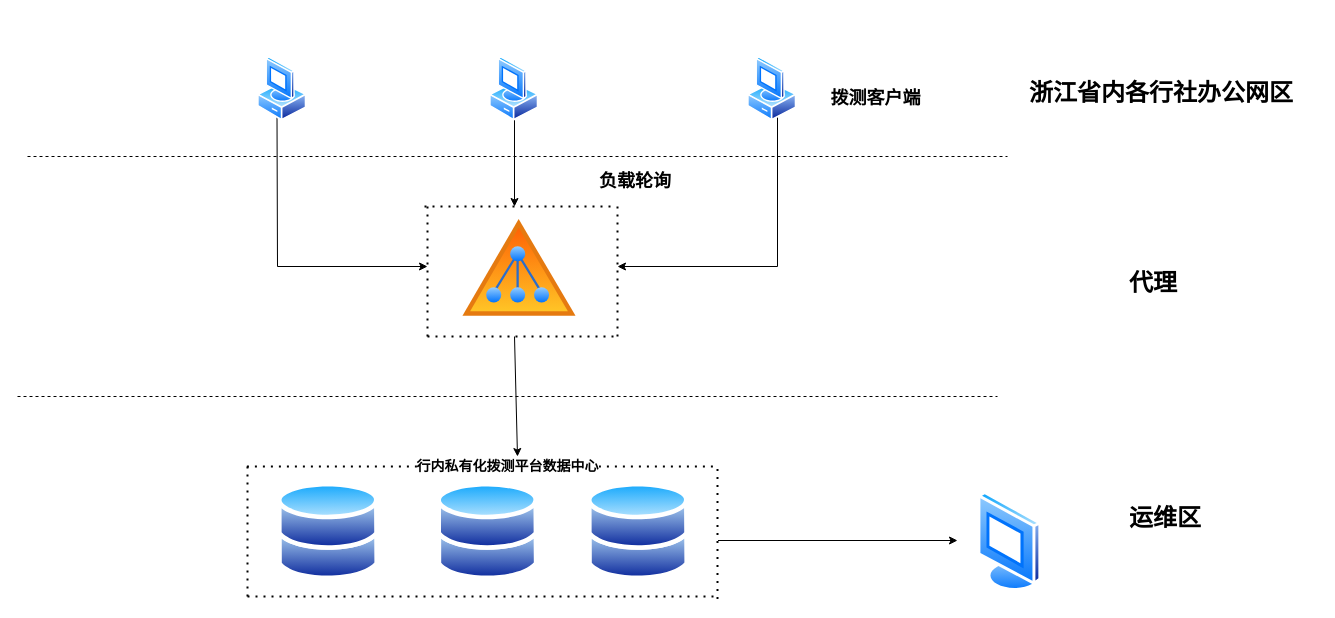
Before: 未命名绘图.drawio in zeng0550/free-programming-books, a draw.io diagram. Source tidied: cells renumbered, new cells numbered last; positions are measured from the earlier drawing's top-left corner, leaving out a move shared by most shapes. Both pictures are drawn from the tidied source at 100%, with x=0, y=0 at pixel (17, 56).
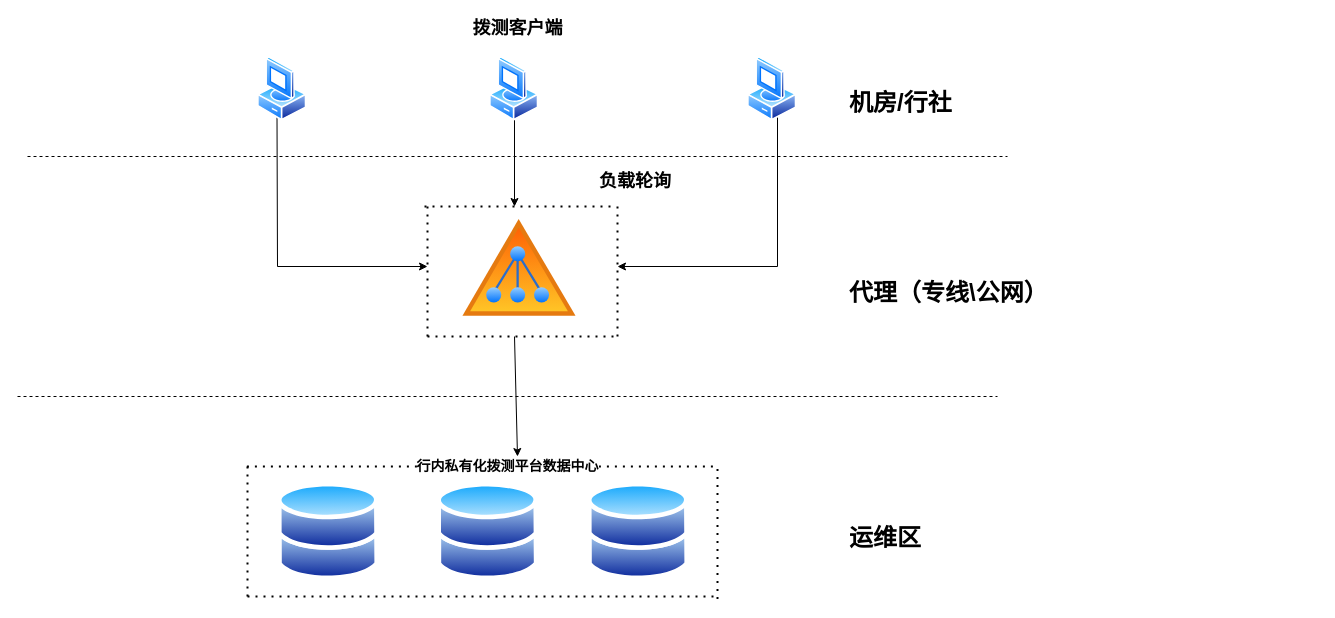
The same diagram, later.

Commit message:
浙江农信私有化拨测架构drawio

The edit, as a diff of the source:
```diff
@@
-    <mxCell id="8" value="&lt;h1&gt;代理&lt;/h1&gt;" style="text;whiteSpace=wrap;html=1;" parent="1" vertex="1">
-      <mxGeometry x="1110" y="190" width="90" height="60" as="geometry" />
+    <mxCell id="8" value="&lt;h1&gt;代理（专线\公网）&lt;/h1&gt;" style="text;whiteSpace=wrap;html=1;" parent="1" vertex="1">
+      <mxGeometry x="830" y="200" width="220" height="60" as="geometry" />
     </mxCell>
-    <mxCell id="9" value="&lt;h1&gt;浙江省内各行社办公网区&lt;/h1&gt;" style="text;whiteSpace=wrap;html=1;" parent="1" vertex="1">
-      <mxGeometry x="1010" width="290" height="40" as="geometry" />
+    <mxCell id="9" value="&lt;h1&gt;机房/行社&lt;/h1&gt;" style="text;whiteSpace=wrap;html=1;" parent="1" vertex="1">
+      <mxGeometry x="830" y="10" width="110" height="60" as="geometry" />
     </mxCell>
@@
     <mxCell id="11" value="&lt;h1&gt;运维区&lt;/h1&gt;" style="text;whiteSpace=wrap;html=1;" parent="1" vertex="1">
-      <mxGeometry x="1110" y="425" width="90" height="60" as="geometry" />
+      <mxGeometry x="830" y="445" width="90" height="60" as="geometry" />
     </mxCell>
-    <mxCell id="12" style="endArrow=classic;html=1;rounded=0;" parent="1" edge="1">
-      <mxGeometry relative="1" as="geometry">
-        <mxPoint x="700.5" y="484" as="sourcePoint" />
-        <mxPoint x="940" y="484" as="targetPoint" />
-      </mxGeometry>
-    </mxCell>
-    <mxCell id="13" style="image;perimeter=ellipsePerimeter;html=1;align=center;shadow=0;dashed=0;spacingTop=3;image=img/lib/active_directory/vista_terminal.svg;" parent="1" vertex="1">
-      <mxGeometry x="960" y="435" width="65" height="100" as="geometry" />
-    </mxCell>
@@
     <mxCell id="30" value="&lt;b style=&quot;&quot;&gt;&lt;font style=&quot;font-size: 18px;&quot;&gt;拨测客户端&lt;/font&gt;&lt;/b&gt;" style="edgeLabel;html=1;align=center;verticalAlign=middle;" parent="1" vertex="1">
-      <mxGeometry x="860" y="50" as="geometry">
-        <mxPoint x="-3" y="-9" as="offset" />
+      <mxGeometry x="700" y="40" as="geometry">
+        <mxPoint x="-201" y="-69" as="offset" />
       </mxGeometry>
     </mxCell>
```
